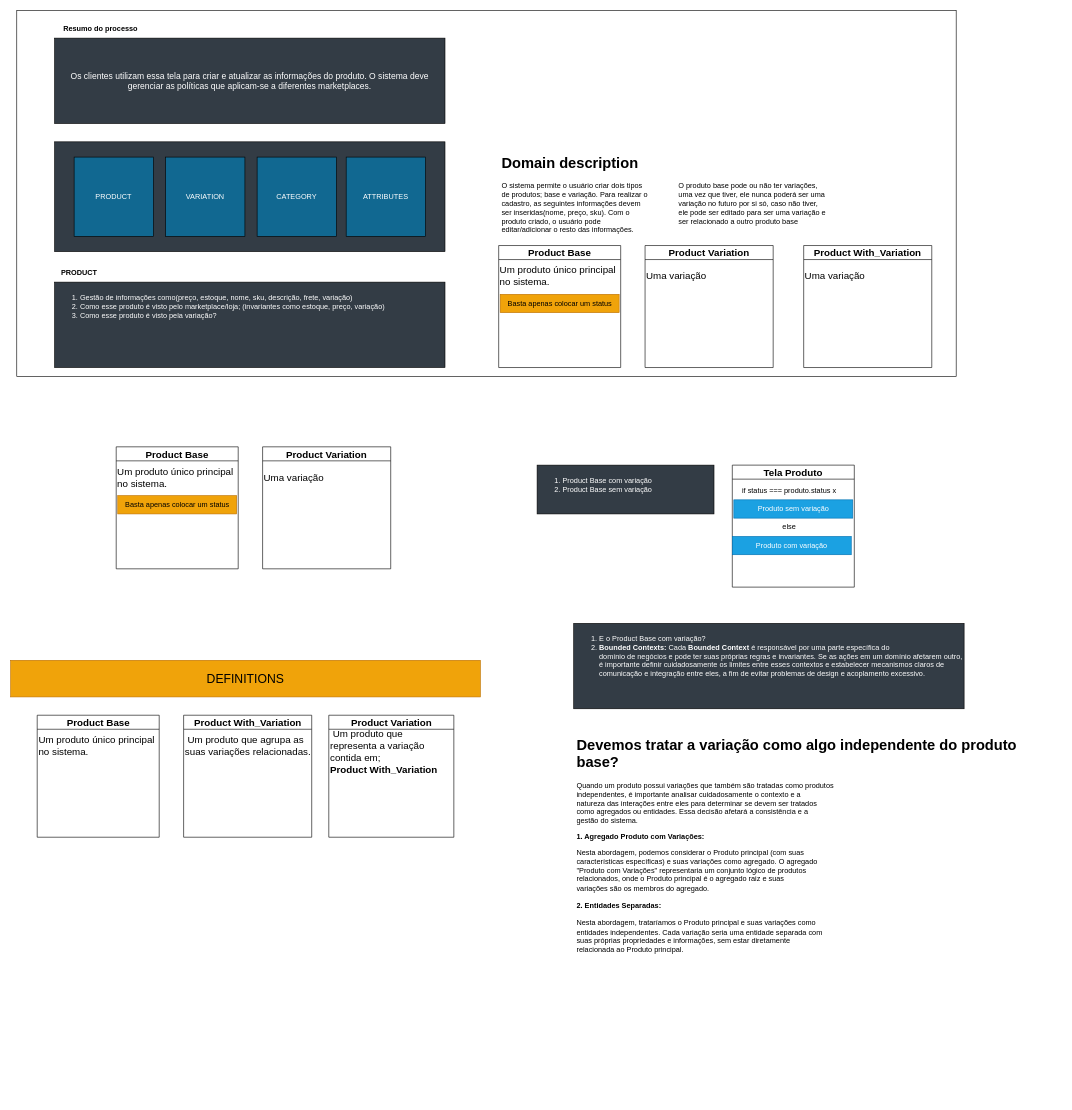
Above: product-event-storming.drawio in JonneBR/youtube-modelagem-dominios-complexos (draw.io), before the change. Source tidied: cells renumbered, new cells numbered last; positions are measured from the earlier drawing's top-left corner, leaving out a move shared by most shapes. Both pictures are drawn from the tidied source at 61%, with x=0, y=0 at pixel (10, 10).
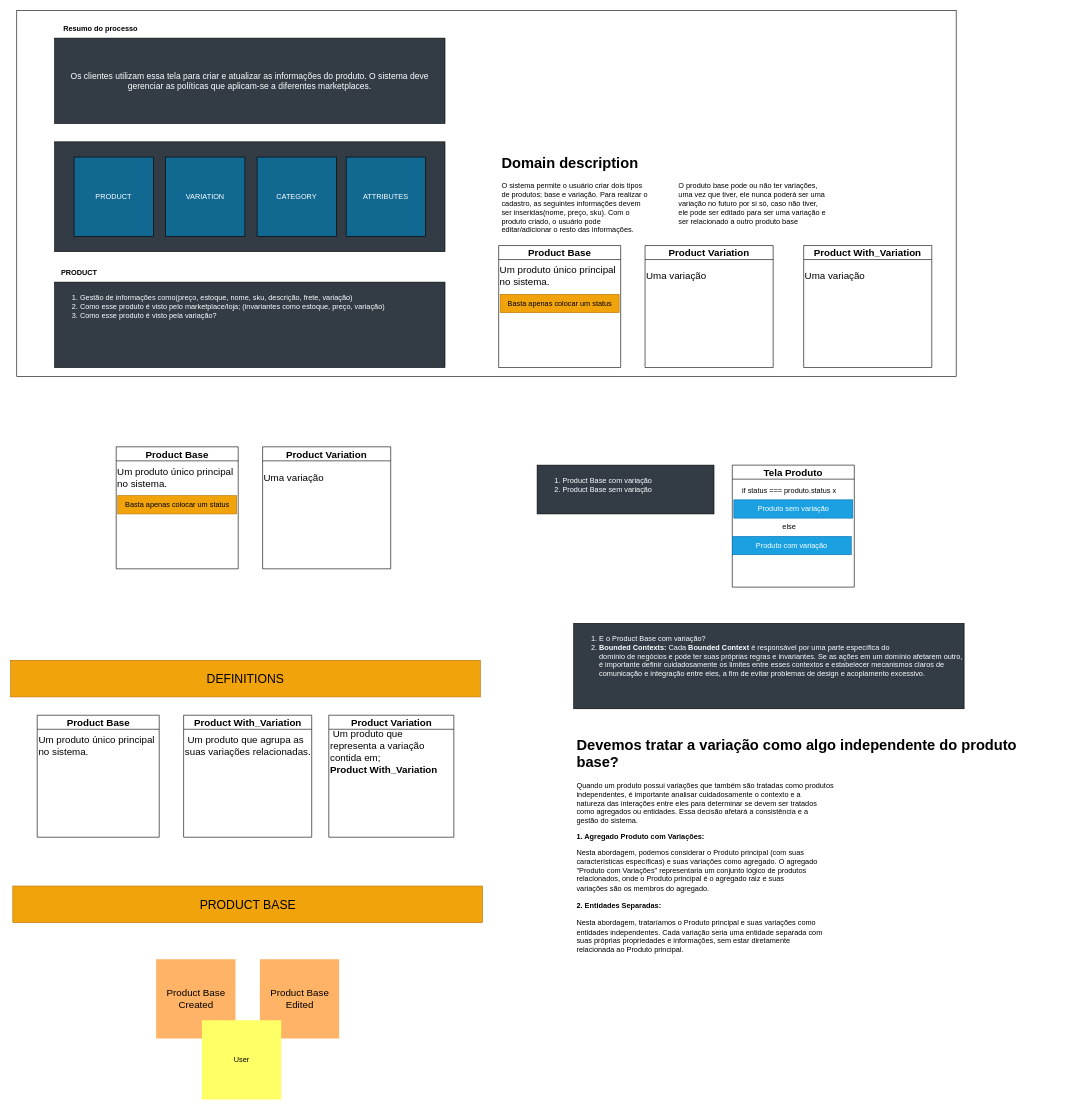
After the change.

Change to the diagram source:
```diff
@@
+    <mxCell id="42" value="&lt;font style=&quot;font-size: 16px;&quot;&gt;Product Base Created&lt;br&gt;&lt;/font&gt;" style="whiteSpace=wrap;html=1;labelBackgroundColor=none;strokeColor=none;fontColor=#000000;fillColor=#FFB366;" parent="1" vertex="1">
+      <mxGeometry x="238.5" y="1555" width="130" height="130" as="geometry" />
+    </mxCell>
+    <mxCell id="43" value="&lt;font style=&quot;font-size: 16px;&quot;&gt;Product Base Edited&lt;br&gt;&lt;/font&gt;" style="whiteSpace=wrap;html=1;labelBackgroundColor=none;strokeColor=none;fontColor=#000000;fillColor=#FFB366;" parent="1" vertex="1">
+      <mxGeometry x="408.5" y="1555" width="130" height="130" as="geometry" />
+    </mxCell>
+    <mxCell id="44" value="&lt;font style=&quot;font-size: 20px;&quot;&gt;PRODUCT BASE&lt;/font&gt;" style="rounded=0;whiteSpace=wrap;html=1;fillColor=#f0a30a;fontColor=#000000;strokeColor=#BD7000;" parent="1" vertex="1">
+      <mxGeometry x="3.5" y="1435" width="770" height="60" as="geometry" />
+    </mxCell>
+    <mxCell id="45" value="User" style="whiteSpace=wrap;html=1;labelBackgroundColor=none;strokeColor=none;fontColor=#000000;fillColor=#FFFF66;fontStyle=0;" parent="1" vertex="1">
+      <mxGeometry x="313.5" y="1655" width="130" height="130" as="geometry" />
+    </mxCell>
```
